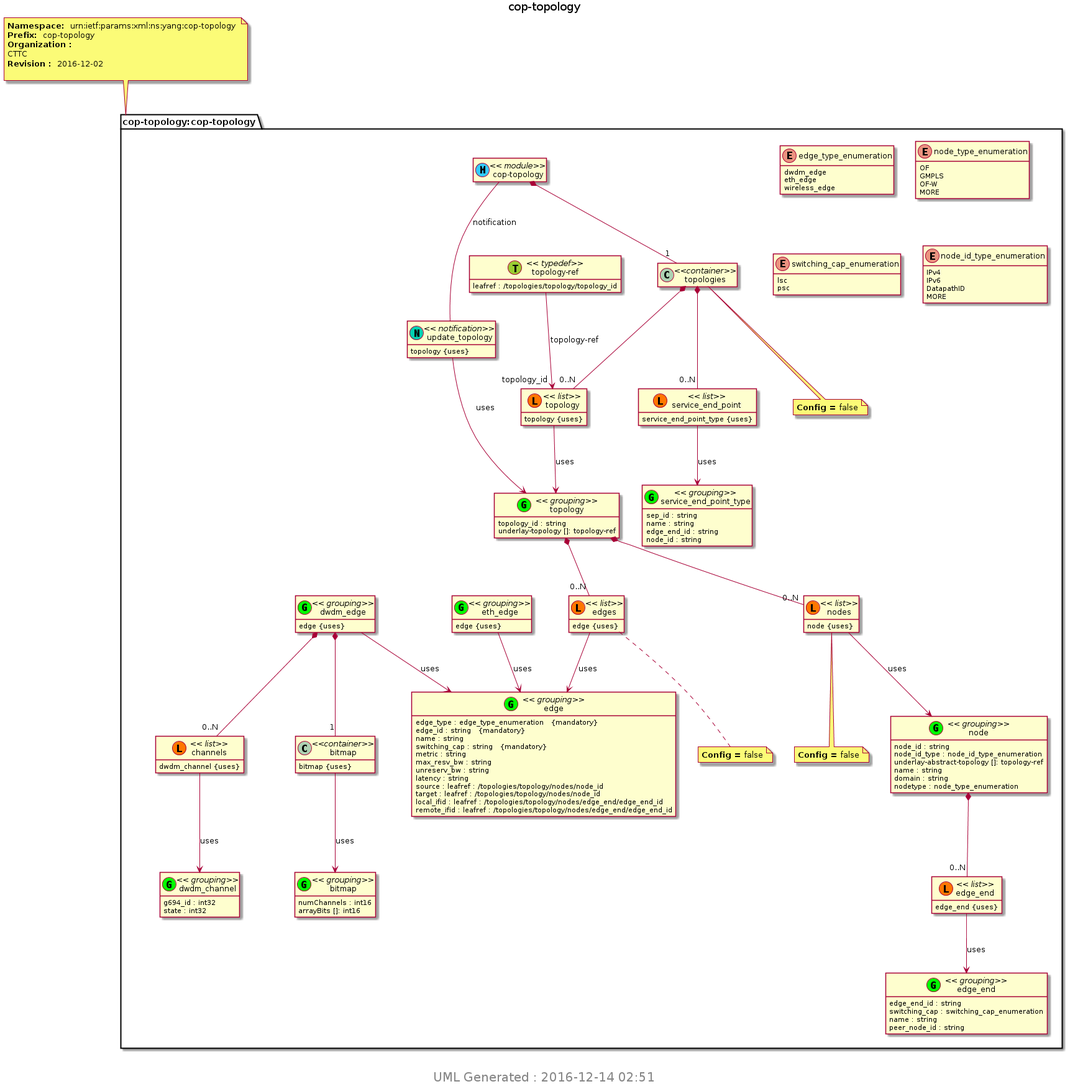
Before: img/cop-topology.png, a diagram exported from PlantUML (5G-Crosshaul/COP). Its diagram source:
```plantuml
@startuml img/cop-topology.png
hide empty fields
hide empty methods
hide <<case>> circle
hide <<augment>> circle
hide <<choice>> circle
hide <<leafref>> stereotype
hide <<leafref>> circle
page 1x1
Title cop-topology
note top of cop_topology_cop_topology : <b>Namespace: </b> urn:ietf:params:xml:ns:yang:cop-topology \n<b>Prefix: </b> cop-topology \n<b>Organization : </b>\nCTTC \n<b>Revision : </b> 2016-12-02 \n
package "cop-topology:cop-topology" as cop_topology_cop_topology {
class "cop-topology" as cop_topology << (M, #33CCFF) module>>
class "topology-ref" as topology_ref << (T, YellowGreen) typedef>>
topology_ref : leafref : /topologies/topology/topology_id
enum "edge_type_enumeration" as cop_topology_I_edge_type_enumeration {
dwdm_edge
eth_edge
wireless_edge
}
enum "node_type_enumeration" as cop_topology_I_node_type_enumeration {
OF
GMPLS
OF-W
MORE
}
enum "switching_cap_enumeration" as cop_topology_I_switching_cap_enumeration {
lsc
psc
}
enum "node_id_type_enumeration" as cop_topology_I_node_id_type_enumeration {
IPv4
IPv6
DatapathID
MORE
}
class "topology" as cop_topology_I_topology_grouping <<(G,Lime) grouping>>
cop_topology_I_topology_grouping : topology_id : string
cop_topology_I_topology_grouping : underlay-topology []: topology-ref
class "nodes" as cop_topology_I_topology_I_nodes << (L, #FF7700) list>>
cop_topology_I_topology_grouping *-- "0..N" cop_topology_I_topology_I_nodes
note bottom of cop_topology_I_topology_I_nodes
<b>Config = </b>false
end note
cop_topology_I_topology_I_nodes : node {uses}
class "edges" as cop_topology_I_topology_I_edges << (L, #FF7700) list>>
cop_topology_I_topology_grouping *-- "0..N" cop_topology_I_topology_I_edges
note bottom of cop_topology_I_topology_I_edges
<b>Config = </b>false
end note
cop_topology_I_topology_I_edges : edge {uses}
class "edge_end" as cop_topology_I_edge_end_grouping <<(G,Lime) grouping>>
cop_topology_I_edge_end_grouping : edge_end_id : string
cop_topology_I_edge_end_grouping : switching_cap : switching_cap_enumeration
cop_topology_I_edge_end_grouping : name : string
cop_topology_I_edge_end_grouping : peer_node_id : string
class "node" as cop_topology_I_node_grouping <<(G,Lime) grouping>>
cop_topology_I_node_grouping : node_id : string
cop_topology_I_node_grouping : node_id_type : node_id_type_enumeration
cop_topology_I_node_grouping : underlay-abstract-topology []: topology-ref
cop_topology_I_node_grouping : name : string
cop_topology_I_node_grouping : domain : string
class "edge_end" as cop_topology_I_node_I_edge_end << (L, #FF7700) list>>
cop_topology_I_node_grouping *-- "0..N" cop_topology_I_node_I_edge_end
cop_topology_I_node_I_edge_end : edge_end {uses}
cop_topology_I_node_grouping : nodetype : node_type_enumeration
class "edge" as cop_topology_I_edge_grouping <<(G,Lime) grouping>>
cop_topology_I_edge_grouping : edge_type : edge_type_enumeration   {mandatory}
cop_topology_I_edge_grouping : edge_id : string   {mandatory}
cop_topology_I_edge_grouping : name : string
cop_topology_I_edge_grouping : switching_cap : string   {mandatory}
cop_topology_I_edge_grouping : metric : string
cop_topology_I_edge_grouping : max_resv_bw : string
cop_topology_I_edge_grouping : unreserv_bw : string
cop_topology_I_edge_grouping : latency : string
cop_topology_I_edge_grouping : source : leafref : /topologies/topology/nodes/node_id
cop_topology_I_edge_grouping : target : leafref : /topologies/topology/nodes/node_id
cop_topology_I_edge_grouping : local_ifid : leafref : /topologies/topology/nodes/edge_end/edge_end_id
cop_topology_I_edge_grouping : remote_ifid : leafref : /topologies/topology/nodes/edge_end/edge_end_id
class "dwdm_channel" as cop_topology_I_dwdm_channel_grouping <<(G,Lime) grouping>>
cop_topology_I_dwdm_channel_grouping : g694_id : int32
cop_topology_I_dwdm_channel_grouping : state : int32
class "bitmap" as cop_topology_I_bitmap_grouping <<(G,Lime) grouping>>
cop_topology_I_bitmap_grouping : numChannels : int16
cop_topology_I_bitmap_grouping : arrayBits []: int16
class "dwdm_edge" as cop_topology_I_dwdm_edge_grouping <<(G,Lime) grouping>>
class "bitmap" as  cop_topology_I_dwdm_edge_I_bitmap <<container>>
cop_topology_I_dwdm_edge_grouping *-- "1" cop_topology_I_dwdm_edge_I_bitmap
cop_topology_I_dwdm_edge_I_bitmap : bitmap {uses}
class "channels" as cop_topology_I_dwdm_edge_I_channels << (L, #FF7700) list>>
cop_topology_I_dwdm_edge_grouping *-- "0..N" cop_topology_I_dwdm_edge_I_channels
cop_topology_I_dwdm_edge_I_channels : dwdm_channel {uses}
cop_topology_I_dwdm_edge_grouping : edge {uses}
class "eth_edge" as cop_topology_I_eth_edge_grouping <<(G,Lime) grouping>>
cop_topology_I_eth_edge_grouping : edge {uses}
class "service_end_point_type" as cop_topology_I_service_end_point_type_grouping <<(G,Lime) grouping>>
cop_topology_I_service_end_point_type_grouping : sep_id : string
cop_topology_I_service_end_point_type_grouping : name : string
cop_topology_I_service_end_point_type_grouping : edge_end_id : string
cop_topology_I_service_end_point_type_grouping : node_id : string
class "topologies" as  cop_topology_I_topologies <<container>>
cop_topology *-- "1" cop_topology_I_topologies
note bottom of cop_topology_I_topologies
<b>Config = </b>false
end note
class "topology" as cop_topology_I_topologies_I_topology << (L, #FF7700) list>>
cop_topology_I_topologies *-- "0..N" cop_topology_I_topologies_I_topology
cop_topology_I_topologies_I_topology : topology {uses}
class "service_end_point" as cop_topology_I_topologies_I_service_end_point << (L, #FF7700) list>>
cop_topology_I_topologies *-- "0..N" cop_topology_I_topologies_I_service_end_point
cop_topology_I_topologies_I_service_end_point : service_end_point_type {uses}
class "update_topology" as cop_topology_I_update_topology << (N,#00D1B2) notification>>
cop_topology -- cop_topology_I_update_topology : notification
cop_topology_I_update_topology : topology {uses}
}

cop_topology_I_topology_I_nodes --> cop_topology_I_node_grouping : uses
cop_topology_I_topology_I_edges --> cop_topology_I_edge_grouping : uses
cop_topology_I_node_I_edge_end --> cop_topology_I_edge_end_grouping : uses
cop_topology_I_dwdm_edge_I_bitmap --> cop_topology_I_bitmap_grouping : uses
cop_topology_I_dwdm_edge_I_channels --> cop_topology_I_dwdm_channel_grouping : uses
cop_topology_I_dwdm_edge_grouping --> cop_topology_I_edge_grouping : uses
cop_topology_I_eth_edge_grouping --> cop_topology_I_edge_grouping : uses
cop_topology_I_topologies_I_topology --> cop_topology_I_topology_grouping : uses
cop_topology_I_topologies_I_service_end_point --> cop_topology_I_service_end_point_type_grouping : uses
cop_topology_I_update_topology --> cop_topology_I_topology_grouping : uses
topology_ref-->"topology_id"cop_topology_I_topologies_I_topology: topology-ref
center footer
 <size:20> UML Generated : 2016-12-14 02:51 </size>
 endfooter
@enduml
```
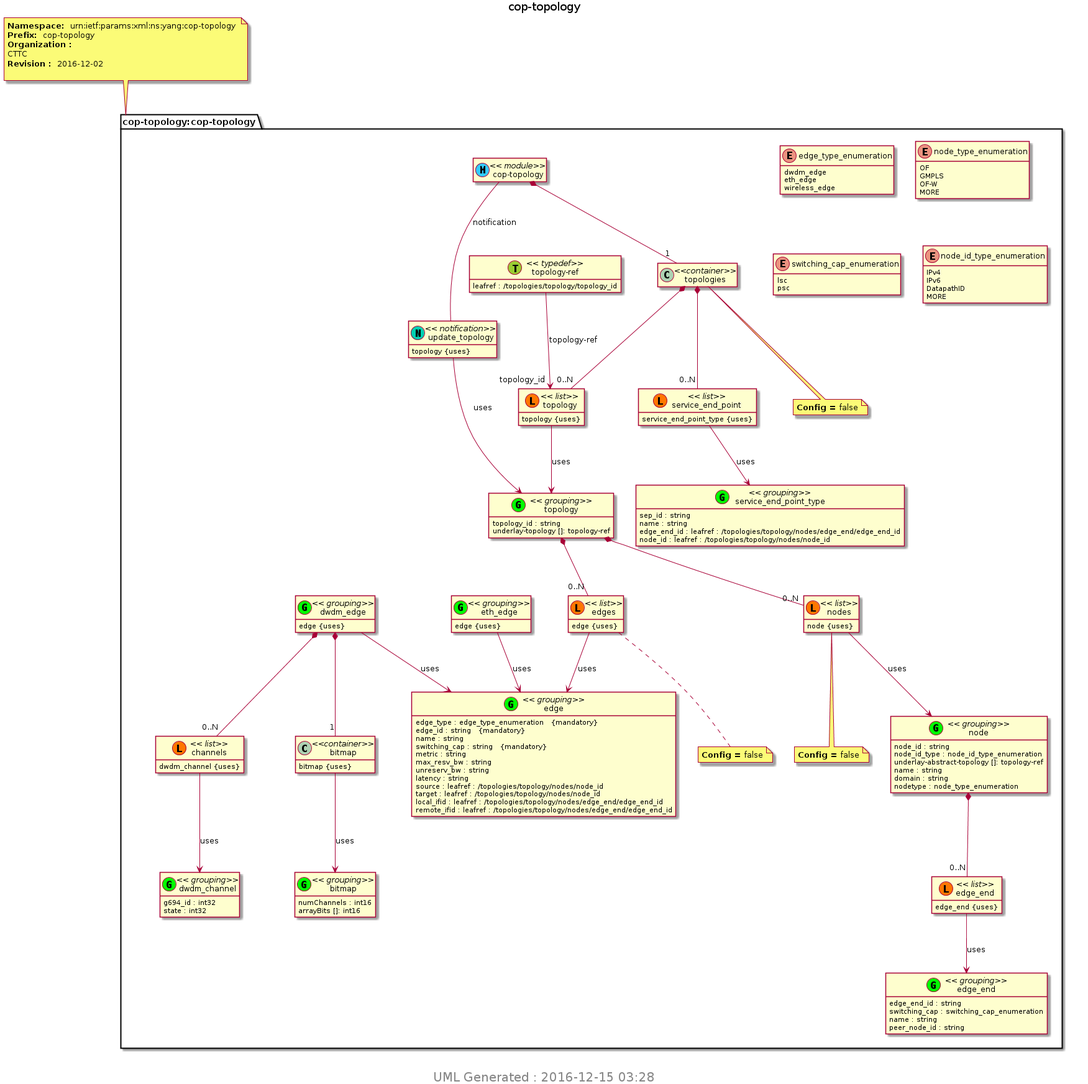
After the change.

Commit message:
Including leafref instead of string

Change to the diagram source:
```diff
@@ -96,8 +96,8 @@
 class "service_end_point_type" as cop_topology_I_service_end_point_type_grouping <<(G,Lime) grouping>>
 cop_topology_I_service_end_point_type_grouping : sep_id : string
 cop_topology_I_service_end_point_type_grouping : name : string
-cop_topology_I_service_end_point_type_grouping : edge_end_id : string
-cop_topology_I_service_end_point_type_grouping : node_id : string
+cop_topology_I_service_end_point_type_grouping : edge_end_id : leafref : /topologies/topology/nodes/edge_end/edge_end_id
+cop_topology_I_service_end_point_type_grouping : node_id : leafref : /topologies/topology/nodes/node_id
 class "topologies" as  cop_topology_I_topologies <<container>>
 cop_topology *-- "1" cop_topology_I_topologies
 note bottom of cop_topology_I_topologies
@@ -126,6 +126,6 @@
 cop_topology_I_update_topology --> cop_topology_I_topology_grouping : uses
 topology_ref-->"topology_id"cop_topology_I_topologies_I_topology: topology-ref
 center footer
- <size:20> UML Generated : 2016-12-14 02:51 </size>
+ <size:20> UML Generated : 2016-12-15 03:28 </size>
  endfooter
 @enduml
```
